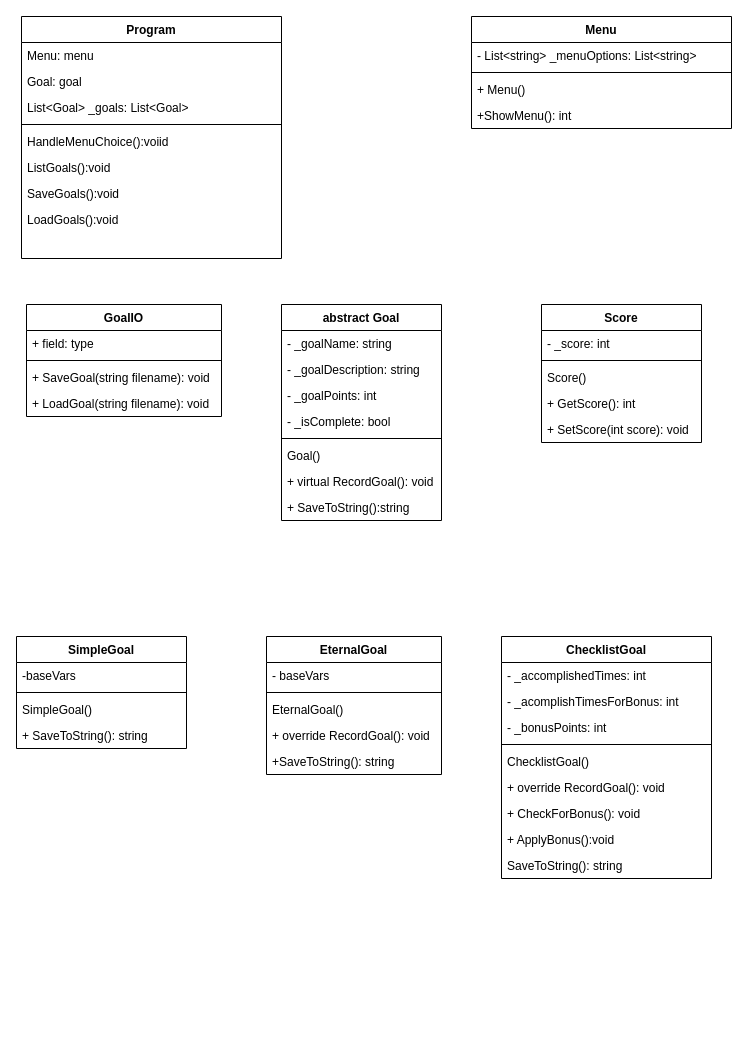
Above: Week9_Diagram.drawio in travismix1980/CodingClassesSchool (draw.io), before the change. Source tidied: cells renumbered, new cells numbered last; positions are measured from the earlier drawing's top-left corner, leaving out a move shared by most shapes. Both pictures are drawn from the tidied source at 100%, with x=0, y=0 at pixel (16, 16).
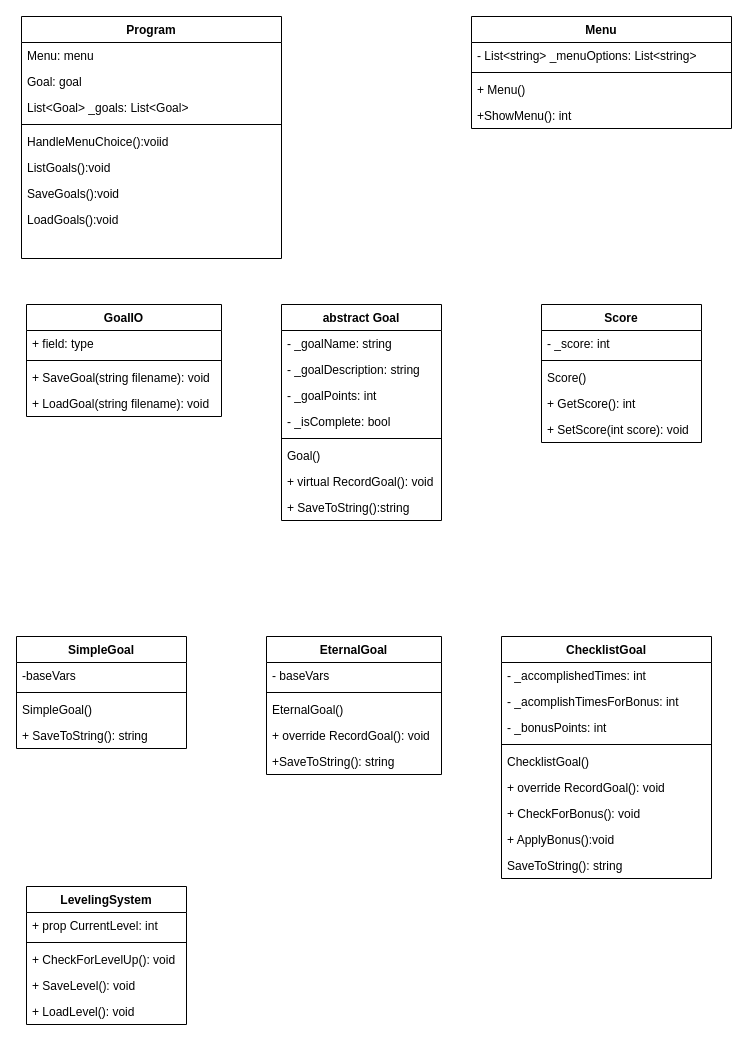
After the change.

Diff of the diagram source:
```diff
@@
+    <mxCell id="58" value="LevelingSystem" style="swimlane;fontStyle=1;align=center;verticalAlign=top;horizontal=1;startSize=26;" parent="1" vertex="1">
+      <mxGeometry x="10" y="870" width="160" height="138" as="geometry" />
+    </mxCell>
+    <mxCell id="59" value="+ prop CurrentLevel: int" style="text;strokeColor=none;fillColor=none;align=left;verticalAlign=top;spacingLeft=4;spacingRight=4;overflow=hidden;" parent="58" vertex="1">
+      <mxGeometry y="26" width="160" height="26" as="geometry" />
+    </mxCell>
+    <mxCell id="60" style="line;strokeWidth=1;fillColor=none;align=left;verticalAlign=middle;spacingTop=-1;spacingLeft=3;spacingRight=3;labelPosition=right;strokeColor=inherit;" parent="58" vertex="1">
+      <mxGeometry y="52" width="160" height="8" as="geometry" />
+    </mxCell>
+    <mxCell id="61" value="+ CheckForLevelUp(): void" style="text;strokeColor=none;fillColor=none;align=left;verticalAlign=top;spacingLeft=4;spacingRight=4;overflow=hidden;" parent="58" vertex="1">
+      <mxGeometry y="60" width="160" height="26" as="geometry" />
+    </mxCell>
+    <mxCell id="62" value="+ SaveLevel(): void" style="text;strokeColor=none;fillColor=none;align=left;verticalAlign=top;spacingLeft=4;spacingRight=4;overflow=hidden;" parent="58" vertex="1">
+      <mxGeometry y="86" width="160" height="26" as="geometry" />
+    </mxCell>
+    <mxCell id="63" value="+ LoadLevel(): void" style="text;strokeColor=none;fillColor=none;align=left;verticalAlign=top;spacingLeft=4;spacingRight=4;overflow=hidden;" parent="58" vertex="1">
+      <mxGeometry y="112" width="160" height="26" as="geometry" />
+    </mxCell>
```
